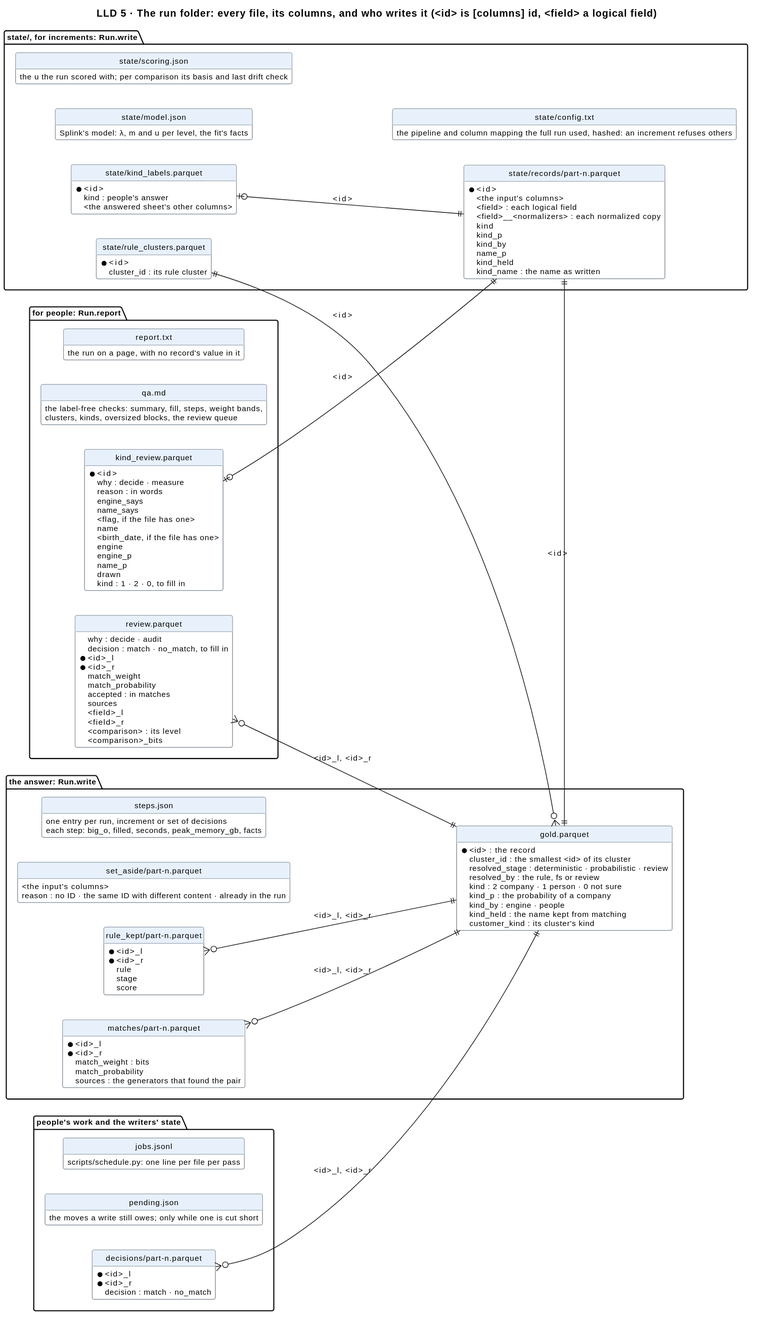
This is docs/diagrams/data.svg from mvsbm/entity_matching, a PlantUML export, as it was before one commit.
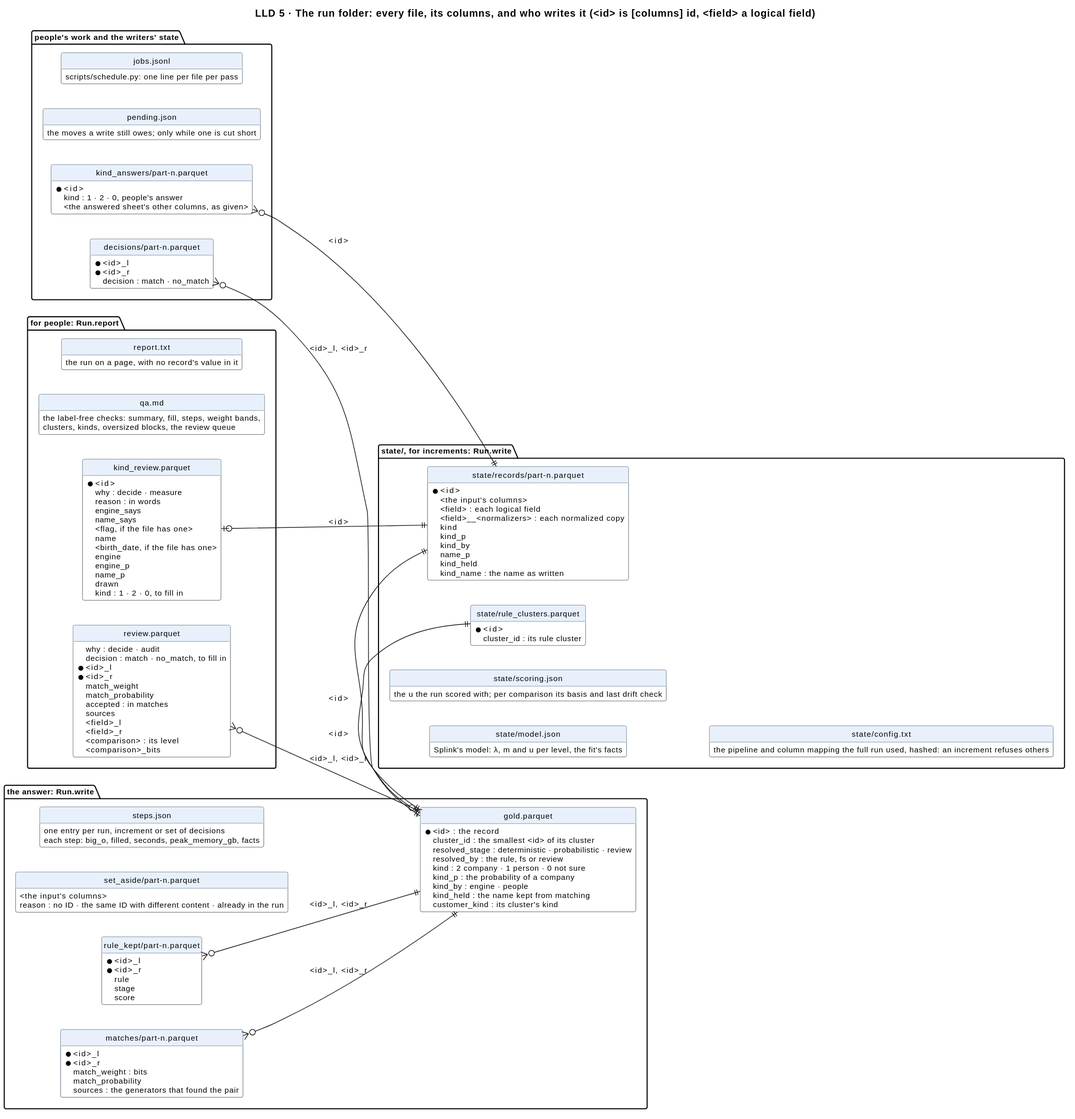
Later version of the same file.

Diff of the diagram source:
```diff
@@ -73,11 +73,6 @@
   entity "state/config.txt" as config {
     the pipeline and column mapping the full run used, hashed: an increment refuses others
   }
-  entity "state/kind_labels.parquet" as kind_labels {
-    * <id>
-    kind : people's answer
-    <the answered sheet's other columns>
-  }
 }
 
 package "for people: Run.report" {
@@ -125,6 +120,11 @@
     * <id>_r
     decision : match · no_match
   }
+  entity "kind_answers/part-n.parquet" as kind_answers {
+    * <id>
+    kind : 1 · 2 · 0, people's answer
+    <the answered sheet's other columns, as given>
+  }
   entity "pending.json" as pending {
     the moves a write still owes; only while one is cut short
   }
@@ -137,7 +137,7 @@
 matches }o--|| gold : <id>_l, <id>_r
 rule_kept }o--|| gold : <id>_l, <id>_r
 records ||--|| gold : <id>
-kind_labels |o--|| records : <id>
+kind_answers }o--|| records : <id>
 review }o--|| gold : <id>_l, <id>_r
 kind_review |o--|| records : <id>
 decisions }o--|| gold : <id>_l, <id>_r
```
